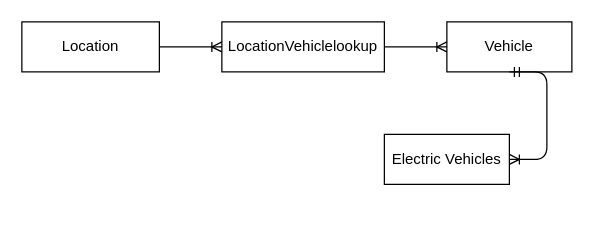
The draw.io diagram entity.dio in emadera511/emanalyticsllc, before the edit. Source tidied: cells renumbered, new cells numbered last; positions are measured from the earlier drawing's top-left corner, leaving out a move shared by most shapes. Both pictures are drawn from the tidied source at 125%, with x=0, y=0 at pixel (21, 21).
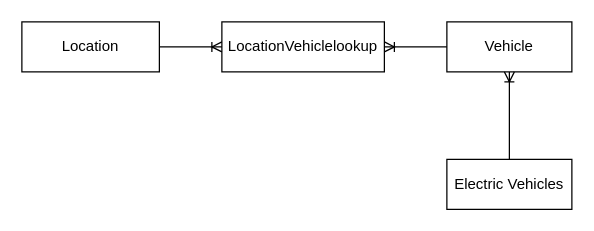
Above is the later version.

Diff of the diagram source:
```diff
@@
 <mxGraphModel>
   <root>
     <mxCell id="0" />
     <mxCell id="1" parent="0" />
     <mxCell id="2" value="Location" style="whiteSpace=wrap;html=1;align=center;" parent="1" vertex="1">
       <mxGeometry width="110" height="40" as="geometry" />
     </mxCell>
     <mxCell id="3" value="Vehicle" style="whiteSpace=wrap;html=1;align=center;" parent="1" vertex="1">
       <mxGeometry x="340" width="100" height="40" as="geometry" />
     </mxCell>
     <mxCell id="4" value="Electric Vehicles" style="whiteSpace=wrap;html=1;align=center;" parent="1" vertex="1">
-      <mxGeometry x="290" y="90" width="100" height="40" as="geometry" />
+      <mxGeometry x="340" y="110" width="100" height="40" as="geometry" />
     </mxCell>
     <mxCell id="5" value="LocationVehiclelookup" style="whiteSpace=wrap;html=1;align=center;" parent="1" vertex="1">
       <mxGeometry x="160" width="130" height="40" as="geometry" />
     </mxCell>
-    <mxCell id="6" style="edgeStyle=entityRelationEdgeStyle;fontSize=12;html=1;endArrow=ERoneToMany;startArrow=ERmandOne;entryX=1;entryY=0.5;entryDx=0;entryDy=0;exitX=0.5;exitY=1;exitDx=0;exitDy=0;" parent="1" edge="1" source="3" target="4">
-      <mxGeometry relative="1" as="geometry" />
-    </mxCell>
     <mxCell id="7" style="edgeStyle=entityRelationEdgeStyle;fontSize=12;html=1;endArrow=ERoneToMany;entryX=0;entryY=0.5;entryDx=0;entryDy=0;exitX=1;exitY=0.5;exitDx=0;exitDy=0;" parent="1" edge="1" source="2" target="5">
       <mxGeometry relative="1" as="geometry" />
     </mxCell>
-    <mxCell id="8" style="edgeStyle=entityRelationEdgeStyle;fontSize=12;html=1;endArrow=ERoneToMany;entryX=0;entryY=0.5;entryDx=0;entryDy=0;" parent="1" edge="1" target="3">
+    <mxCell id="8" style="edgeStyle=orthogonalEdgeStyle;fontSize=12;html=1;endArrow=ERoneToMany;exitX=0;exitY=0.5;exitDx=0;exitDy=0;entryX=1;entryY=0.5;entryDx=0;entryDy=0;" parent="1" edge="1" source="3" target="5">
       <mxGeometry relative="1" as="geometry">
-        <mxPoint x="290" y="20" as="sourcePoint" />
+        <Array as="points">
+          <mxPoint x="290" y="20" />
+        </Array>
       </mxGeometry>
     </mxCell>
+    <mxCell id="9" style="edgeStyle=orthogonalEdgeStyle;fontSize=12;html=1;endArrow=ERoneToMany;exitX=0.5;exitY=0;exitDx=0;exitDy=0;" parent="1" edge="1" source="4" target="3">
+      <mxGeometry relative="1" as="geometry" />
+    </mxCell>
   </root>
 </mxGraphModel>
```
